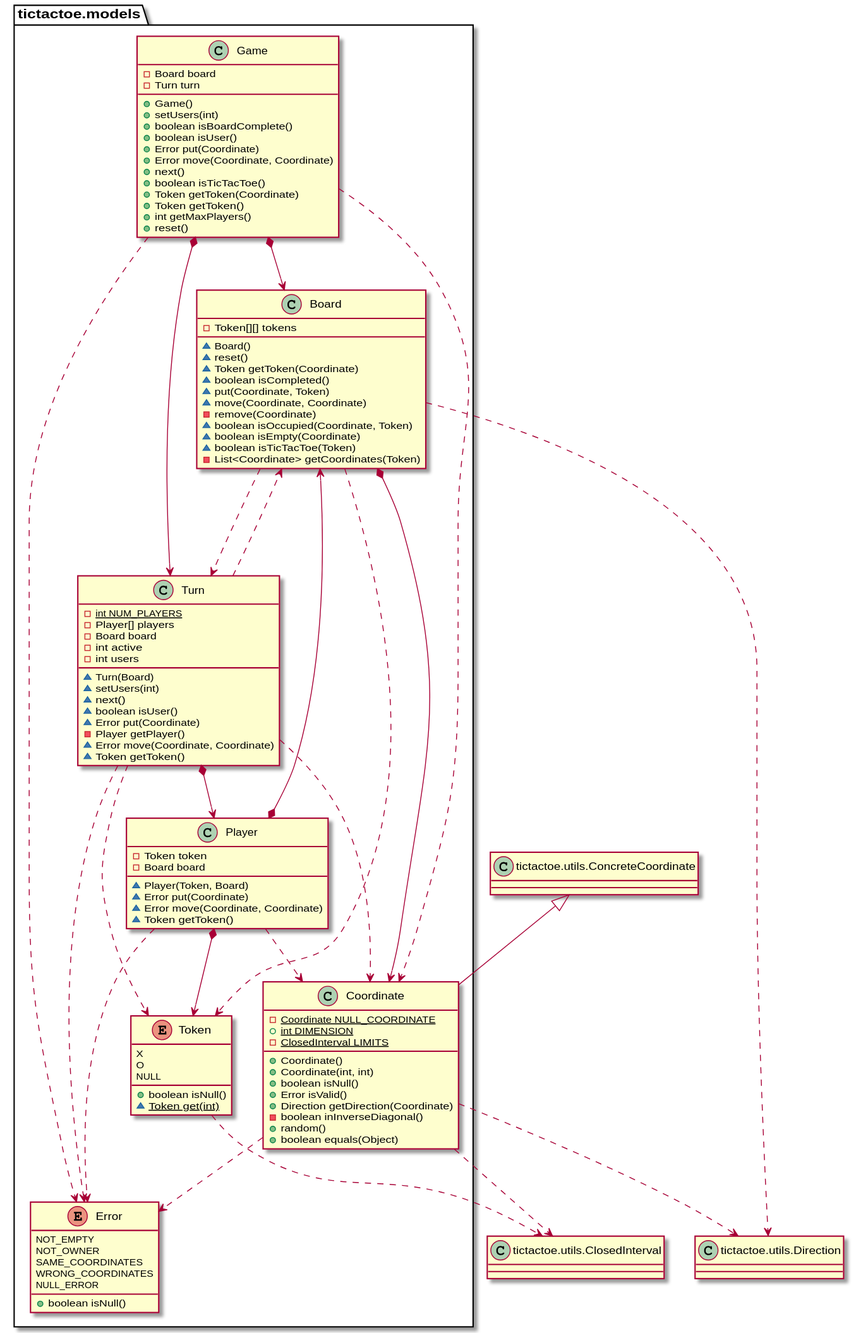
Earlier version of the PlantUML export documentView/withFactoryMethod/docs/diagrams/out/paquetes/tictactoe.models.svg (Jolucaa/USantaTecla-project-ticTacToe).
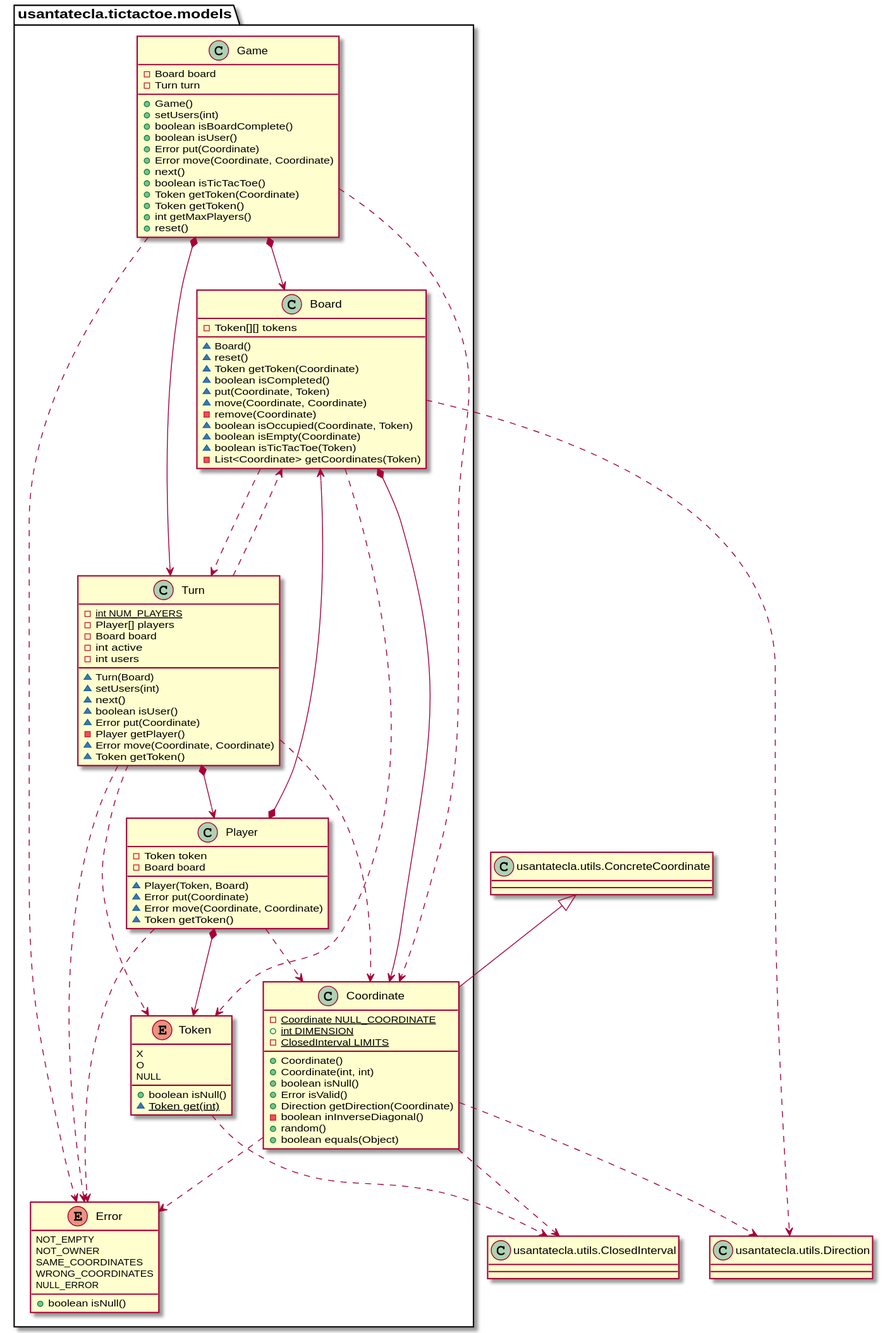
After the commit.

The edit, as a diff of the source:
```diff
@@ -1,5 +1,5 @@
 @startuml
-class  tictactoe.models.Board{
+class  usantatecla.tictactoe.models.Board{
 - Token[][] tokens
 ~ Board()
 ~ reset()
@@ -14,16 +14,16 @@
 - List<Coordinate> getCoordinates(Token)
 }
 
-class ClosedInterval as "tictactoe.utils.ClosedInterval"
-class ConcreteCoordinate as "tictactoe.utils.ConcreteCoordinate"
-class Direction as "tictactoe.utils.Direction"
+class ClosedInterval as "usantatecla.utils.ClosedInterval"
+class ConcreteCoordinate as "usantatecla.utils.ConcreteCoordinate"
+class Direction as "usantatecla.utils.Direction"
 
-tictactoe.models.Board *-down-> tictactoe.models.Coordinate
-tictactoe.models.Board ..> tictactoe.models.Token
-tictactoe.models.Board ..> tictactoe.models.Turn
-tictactoe.models.Board ..> Direction
+usantatecla.tictactoe.models.Board *-down-> usantatecla.tictactoe.models.Coordinate
+usantatecla.tictactoe.models.Board ..> usantatecla.tictactoe.models.Token
+usantatecla.tictactoe.models.Board ..> usantatecla.tictactoe.models.Turn
+usantatecla.tictactoe.models.Board ..> Direction
 
-class  tictactoe.models.Coordinate{
+class  usantatecla.tictactoe.models.Coordinate{
 - {static} Coordinate NULL_COORDINATE
 + {static} int DIMENSION
 - {static} ClosedInterval LIMITS
@@ -36,12 +36,12 @@
 + random()
 + boolean equals(Object)
 }
-ConcreteCoordinate <|-down- tictactoe.models.Coordinate
-tictactoe.models.Coordinate ..> tictactoe.models.Error
-tictactoe.models.Coordinate ..> Direction
-tictactoe.models.Coordinate ..> ClosedInterval
+ConcreteCoordinate <|-down- usantatecla.tictactoe.models.Coordinate
+usantatecla.tictactoe.models.Coordinate ..> usantatecla.tictactoe.models.Error
+usantatecla.tictactoe.models.Coordinate ..> Direction
+usantatecla.tictactoe.models.Coordinate ..> ClosedInterval
 
-enum  tictactoe.models.Error{
+enum  usantatecla.tictactoe.models.Error{
 NOT_EMPTY
 NOT_OWNER
 SAME_COORDINATES
@@ -50,7 +50,7 @@
 + boolean isNull()
 }
 
-class  tictactoe.models.Game{
+class  usantatecla.tictactoe.models.Game{
 - Board board
 - Turn turn
 + Game()
@@ -66,12 +66,12 @@
 + int getMaxPlayers()
 + reset()
 }
-tictactoe.models.Game *-down-> tictactoe.models.Board
-tictactoe.models.Game *-down-> tictactoe.models.Turn
-tictactoe.models.Game ..> tictactoe.models.Coordinate
-tictactoe.models.Game ..> tictactoe.models.Error
+usantatecla.tictactoe.models.Game *-down-> usantatecla.tictactoe.models.Board
+usantatecla.tictactoe.models.Game *-down-> usantatecla.tictactoe.models.Turn
+usantatecla.tictactoe.models.Game ..> usantatecla.tictactoe.models.Coordinate
+usantatecla.tictactoe.models.Game ..> usantatecla.tictactoe.models.Error
 
-class  tictactoe.models.Player{
+class  usantatecla.tictactoe.models.Player{
 - Token token
 - Board board
 ~ Player(Token, Board)
@@ -79,12 +79,12 @@
 ~ Error move(Coordinate, Coordinate)
 ~ Token getToken()
 }
-tictactoe.models.Player *-down-> tictactoe.models.Token
-tictactoe.models.Player *-down-> tictactoe.models.Board
-tictactoe.models.Player ..> tictactoe.models.Coordinate
-tictactoe.models.Player ..> tictactoe.models.Error
+usantatecla.tictactoe.models.Player *-down-> usantatecla.tictactoe.models.Token
+usantatecla.tictactoe.models.Player *-down-> usantatecla.tictactoe.models.Board
+usantatecla.tictactoe.models.Player ..> usantatecla.tictactoe.models.Coordinate
+usantatecla.tictactoe.models.Player ..> usantatecla.tictactoe.models.Error
 
-enum  tictactoe.models.Token{
+enum  usantatecla.tictactoe.models.Token{
 X
 O
 NULL
@@ -92,9 +92,9 @@
 ~ {static} Token get(int)
 }
 
-tictactoe.models.Token ..> ClosedInterval
+usantatecla.tictactoe.models.Token ..> ClosedInterval
 
-class  tictactoe.models.Turn{
+class  usantatecla.tictactoe.models.Turn{
 - {static} int NUM_PLAYERS
 - Player[] players
 - Board board
@@ -110,9 +110,9 @@
 ~ Token getToken()
 }
 
-tictactoe.models.Turn *-down-> tictactoe.models.Player
-tictactoe.models.Turn ..down-> tictactoe.models.Board
-tictactoe.models.Turn ..down-> tictactoe.models.Token
-tictactoe.models.Turn ..down-> tictactoe.models.Coordinate
-tictactoe.models.Turn ..down-> tictactoe.models.Error
+usantatecla.tictactoe.models.Turn *-down-> usantatecla.tictactoe.models.Player
+usantatecla.tictactoe.models.Turn ..down-> usantatecla.tictactoe.models.Board
+usantatecla.tictactoe.models.Turn ..down-> usantatecla.tictactoe.models.Token
+usantatecla.tictactoe.models.Turn ..down-> usantatecla.tictactoe.models.Coordinate
+usantatecla.tictactoe.models.Turn ..down-> usantatecla.tictactoe.models.Error
 @enduml
```
